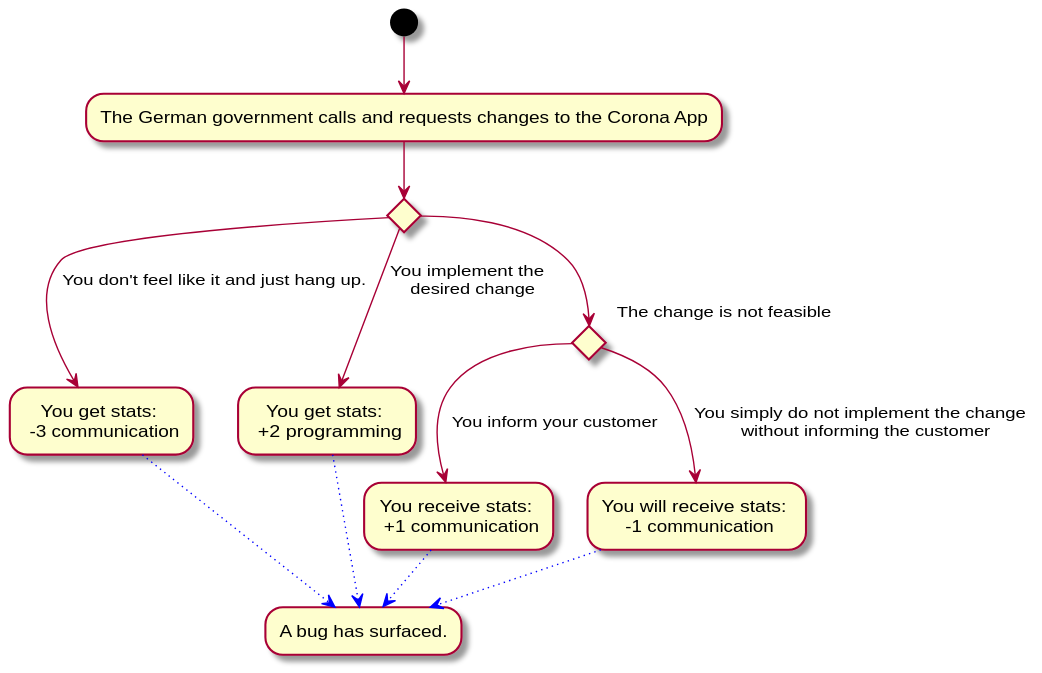
Before: Docs/Technical Specifications/docs/diagrams/StoryFlow/StoryFlow_Decision_10.svg, a diagram exported from PlantUML (Brotenko/QualityQuest). The source it was exported from:
```plantuml
@startuml
(*) --> "The German government calls and requests changes to the Corona App" as app
if "" then
--> [You don't feel like it and just hang up.] "You get stats: \n -3 communication" as a1
else
--> [You implement the \n desired change] "You get stats: \n +2 programming" as a2
else
if "The change is not feasible"
--> [You inform your customer] "You receive stats: \n +1 communication" as b1
else
--> [You simply do not implement the change \n without informing the customer] "You will receive stats: \n -1 communication"
-[#blue,dotted]-> "A bug has surfaced." as bug
a1 -[#blue,dotted]-> bug
a2 -[#blue,dotted]-> bug
b1 -[#blue,dotted]-> bug
@enduml
```
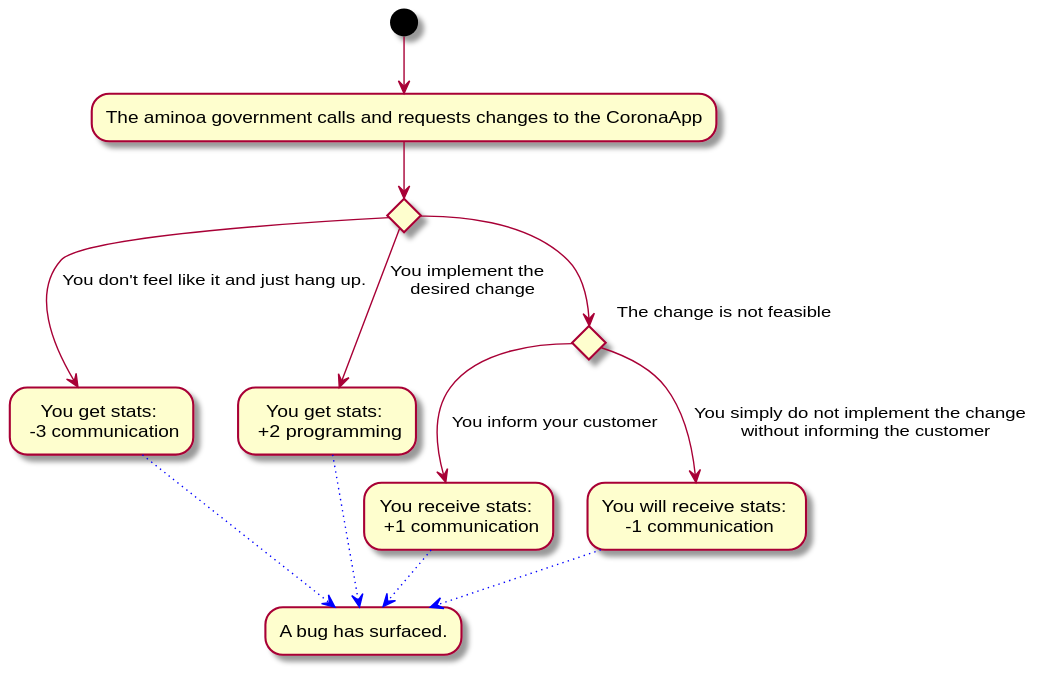
Above is the later version.

Change to the diagram source:
```diff
@@ -1,5 +1,5 @@
 @startuml
-(*) --> "The German government calls and requests changes to the Corona App" as app
+(*) --> "The aminoa government calls and requests changes to the CoronaApp" as app
 if "" then
 --> [You don't feel like it and just hang up.] "You get stats: \n -3 communication" as a1
 else
```
